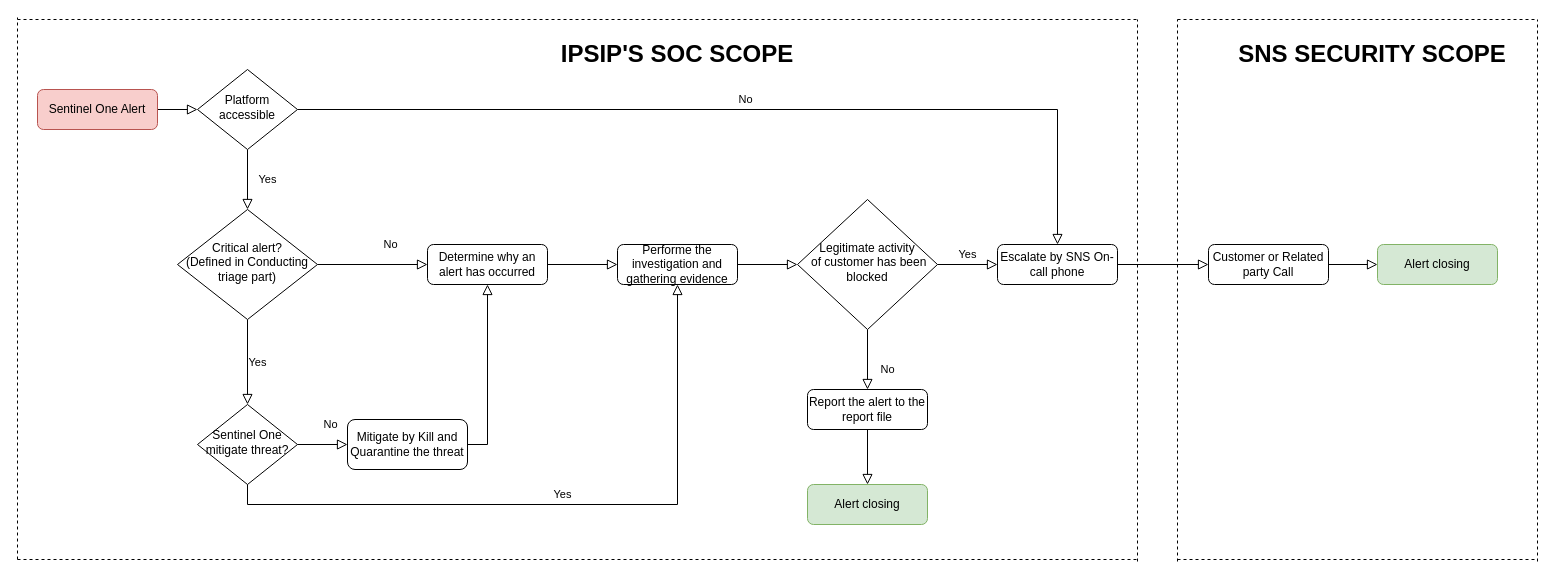
nhanculesjr11/CSLTMM keeps this draw.io diagram as workflows1.drawio. Above is the earlier version. Source tidied: cells renumbered, new cells numbered last; positions are measured from the earlier drawing's top-left corner, leaving out a move shared by most shapes. Both pictures are drawn from the tidied source at 100%, with x=0, y=0 at pixel (17, 17).
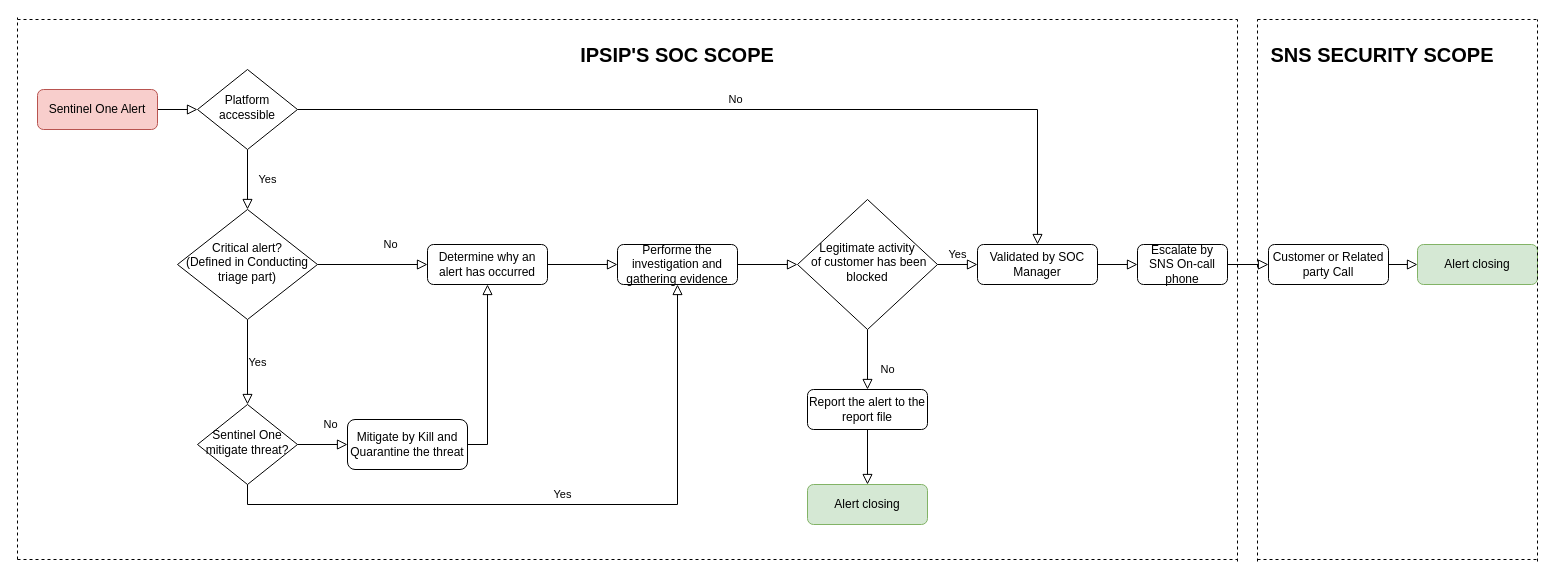
The same page after the edit.

The change refers to these unchanged cells:
```xml
<mxCell id="6" value="Platform accessible" style="rhombus;whiteSpace=wrap;html=1;shadow=0;fontFamily=Helvetica;fontSize=12;align=center;strokeWidth=1;spacing=6;spacingTop=-4;" parent="1" vertex="1">
  <mxGeometry x="180" y="52" width="100" height="80" as="geometry" />
</mxCell>
<mxCell id="14" value="Legitimate activity&lt;br&gt;&amp;nbsp;of customer has been blocked" style="rhombus;whiteSpace=wrap;html=1;shadow=0;fontFamily=Helvetica;fontSize=12;align=center;strokeWidth=1;spacing=6;spacingTop=-4;" parent="1" vertex="1">
  <mxGeometry x="780" y="182" width="140" height="130" as="geometry" />
</mxCell>
```

What changed in the source:
```diff
@@
-    <mxCell id="5" value="No" style="edgeStyle=orthogonalEdgeStyle;rounded=0;html=1;jettySize=auto;fontSize=11;endArrow=block;endFill=0;endSize=8;strokeWidth=1;shadow=0;labelBackgroundColor=none;" parent="1" edge="1" source="6" target="20">
+    <mxCell id="5" value="No" style="edgeStyle=orthogonalEdgeStyle;rounded=0;html=1;jettySize=auto;fontSize=11;endArrow=block;endFill=0;endSize=8;strokeWidth=1;shadow=0;labelBackgroundColor=none;entryX=0.5;entryY=0;entryDx=0;entryDy=0;" parent="1" edge="1" source="6" target="40">
       <mxGeometry y="10" relative="1" as="geometry" />
     </mxCell>
@@
-    <mxCell id="20" value="Escalate by SNS On-call phone" style="rounded=1;whiteSpace=wrap;html=1;fontSize=12;glass=0;strokeWidth=1;shadow=0;" parent="1" vertex="1">
-      <mxGeometry x="980" y="227" width="120" height="40" as="geometry" />
-    </mxCell>
-    <mxCell id="21" value="Yes" style="edgeStyle=orthogonalEdgeStyle;rounded=0;html=1;jettySize=auto;fontSize=11;endArrow=block;endFill=0;endSize=8;strokeWidth=1;shadow=0;labelBackgroundColor=none;entryX=0;entryY=0.5;entryDx=0;entryDy=0;exitX=1;exitY=0.5;exitDx=0;exitDy=0;" parent="1" edge="1" source="14" target="20">
+    <mxCell id="21" value="Yes" style="edgeStyle=orthogonalEdgeStyle;rounded=0;html=1;jettySize=auto;fontSize=11;endArrow=block;endFill=0;endSize=8;strokeWidth=1;shadow=0;labelBackgroundColor=none;entryX=0;entryY=0.5;entryDx=0;entryDy=0;exitX=1;exitY=0.5;exitDx=0;exitDy=0;" parent="1" edge="1" source="14" target="40">
       <mxGeometry y="10" relative="1" as="geometry" />
     </mxCell>
@@
     <mxCell id="23" value="Customer or Related party Call" style="rounded=1;whiteSpace=wrap;html=1;fontSize=12;glass=0;strokeWidth=1;shadow=0;" parent="1" vertex="1">
-      <mxGeometry x="1191" y="227" width="120" height="40" as="geometry" />
+      <mxGeometry x="1251" y="227" width="120" height="40" as="geometry" />
     </mxCell>
     <mxCell id="24" value="Alert closing" style="rounded=1;whiteSpace=wrap;html=1;fontSize=12;glass=0;strokeWidth=1;shadow=0;fillColor=#d5e8d4;strokeColor=#82b366;" parent="1" vertex="1">
-      <mxGeometry x="1360" y="227" width="120" height="40" as="geometry" />
+      <mxGeometry x="1400" y="227" width="120" height="40" as="geometry" />
     </mxCell>
@@
     <mxCell id="31" style="endArrow=none;dashed=1;html=1;rounded=0;" parent="1" edge="1">
       <mxGeometry relative="1" as="geometry">
         <mxPoint y="542" as="sourcePoint" />
-        <mxPoint x="1120" y="542" as="targetPoint" />
+        <mxPoint x="1220" y="542" as="targetPoint" />
       </mxGeometry>
     </mxCell>
     <mxCell id="32" style="endArrow=none;dashed=1;html=1;rounded=0;" parent="1" edge="1">
       <mxGeometry relative="1" as="geometry">
-        <mxPoint x="1120" y="544" as="sourcePoint" />
-        <mxPoint x="1120" y="2" as="targetPoint" />
+        <mxPoint x="1240" y="544" as="sourcePoint" />
+        <mxPoint x="1240" y="2" as="targetPoint" />
       </mxGeometry>
     </mxCell>
     <mxCell id="33" style="endArrow=none;dashed=1;html=1;rounded=0;" parent="1" edge="1">
       <mxGeometry relative="1" as="geometry">
         <mxPoint y="2" as="sourcePoint" />
-        <mxPoint x="1120" y="2" as="targetPoint" />
+        <mxPoint x="1220" y="2" as="targetPoint" />
       </mxGeometry>
     </mxCell>
-    <mxCell id="34" style="endArrow=none;dashed=1;html=1;rounded=0;" parent="1" edge="1">
-      <mxGeometry relative="1" as="geometry">
-        <mxPoint x="1160" y="544" as="sourcePoint" />
-        <mxPoint x="1160" y="2" as="targetPoint" />
-      </mxGeometry>
-    </mxCell>
@@
     <mxCell id="36" style="endArrow=none;dashed=1;html=1;rounded=0;" parent="1" edge="1">
       <mxGeometry relative="1" as="geometry">
-        <mxPoint x="1160" y="2" as="sourcePoint" />
+        <mxPoint x="1240" y="2" as="sourcePoint" />
         <mxPoint x="1520" y="2" as="targetPoint" />
       </mxGeometry>
     </mxCell>
     <mxCell id="37" style="endArrow=none;dashed=1;html=1;rounded=0;" parent="1" edge="1">
       <mxGeometry relative="1" as="geometry">
-        <mxPoint x="1160" y="542" as="sourcePoint" />
+        <mxPoint x="1240" y="542" as="sourcePoint" />
         <mxPoint x="1520" y="542" as="targetPoint" />
       </mxGeometry>
     </mxCell>
-    <mxCell id="38" value="&lt;h1&gt;&lt;b&gt;IPSIP'S SOC SCOPE&lt;/b&gt;&lt;/h1&gt;" style="text;html=1;strokeColor=none;fillColor=none;align=center;verticalAlign=middle;whiteSpace=wrap;rounded=0;" parent="1" vertex="1">
+    <mxCell id="38" value="&lt;h1&gt;&lt;b&gt;&lt;font style=&quot;font-size: 20px;&quot;&gt;IPSIP'S SOC SCOPE&lt;/font&gt;&lt;/b&gt;&lt;/h1&gt;" style="text;html=1;strokeColor=none;fillColor=none;align=center;verticalAlign=middle;whiteSpace=wrap;rounded=0;" parent="1" vertex="1">
       <mxGeometry x="530" y="22" width="260" height="30" as="geometry" />
     </mxCell>
-    <mxCell id="39" value="&lt;h1&gt;&lt;b&gt;SNS SECURITY SCOPE&lt;/b&gt;&lt;/h1&gt;" style="text;html=1;strokeColor=none;fillColor=none;align=center;verticalAlign=middle;whiteSpace=wrap;rounded=0;" parent="1" vertex="1">
-      <mxGeometry x="1210" y="22" width="290" height="30" as="geometry" />
+    <mxCell id="39" value="&lt;h1&gt;&lt;b&gt;&lt;font style=&quot;font-size: 20px;&quot;&gt;SNS SECURITY SCOPE&lt;/font&gt;&lt;/b&gt;&lt;/h1&gt;" style="text;html=1;strokeColor=none;fillColor=none;align=center;verticalAlign=middle;whiteSpace=wrap;rounded=0;" parent="1" vertex="1">
+      <mxGeometry x="1220" y="22" width="290" height="30" as="geometry" />
     </mxCell>
+    <mxCell id="40" value="Validated by SOC Manager" style="rounded=1;whiteSpace=wrap;html=1;fontSize=12;glass=0;strokeWidth=1;shadow=0;" parent="1" vertex="1">
+      <mxGeometry x="960" y="227" width="120" height="40" as="geometry" />
+    </mxCell>
+    <mxCell id="20" value="Escalate by SNS On-call phone" style="rounded=1;whiteSpace=wrap;html=1;fontSize=12;glass=0;strokeWidth=1;shadow=0;" parent="1" vertex="1">
+      <mxGeometry x="1120" y="227" width="90" height="40" as="geometry" />
+    </mxCell>
+    <mxCell id="41" style="rounded=0;html=1;jettySize=auto;fontSize=11;endArrow=block;endFill=0;endSize=8;strokeWidth=1;shadow=0;labelBackgroundColor=none;edgeStyle=orthogonalEdgeStyle;entryX=0;entryY=0.5;entryDx=0;entryDy=0;exitX=1;exitY=0.5;exitDx=0;exitDy=0;" parent="1" edge="1" source="40" target="20">
+      <mxGeometry x="0.33" y="20" relative="1" as="geometry" />
+    </mxCell>
+    <mxCell id="42" style="endArrow=none;dashed=1;html=1;rounded=0;" parent="1" edge="1">
+      <mxGeometry relative="1" as="geometry">
+        <mxPoint x="1220" y="544" as="sourcePoint" />
+        <mxPoint x="1220" y="2" as="targetPoint" />
+      </mxGeometry>
+    </mxCell>
```
